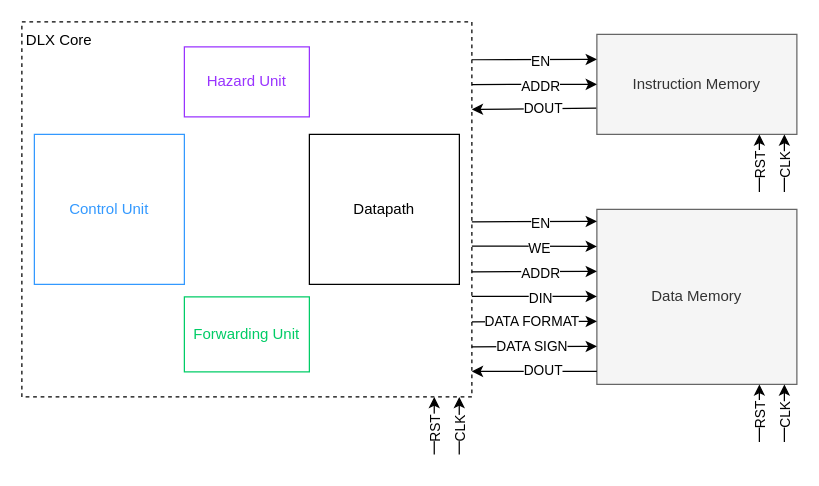
The draw.io diagram page "Block Diagram" (2 of 16) of docs/dlx_architecture.drawio in lorenzobadas/DLX, before the edit. Source tidied: cells renumbered, new cells numbered last; positions are measured from the earlier drawing's top-left corner, leaving out a move shared by most shapes. Both pictures are drawn from the tidied source at 125%, with x=0, y=0 at pixel (21, 21).
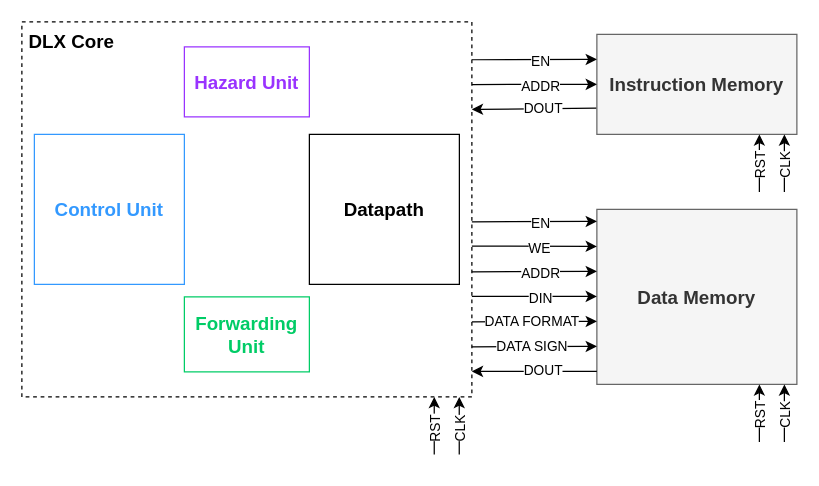
Above is the later version.

Diff of the diagram source:
```diff
@@
-    <mxCell id="2" style="rounded=0;whiteSpace=wrap;html=1;dashed=1;" parent="1" vertex="1">
+    <mxCell id="2" style="rounded=0;whiteSpace=wrap;html=1;dashed=1;fontStyle=1;fontSize=15;" parent="1" vertex="1">
       <mxGeometry width="360" height="300" as="geometry" />
     </mxCell>
-    <mxCell id="3" value="&lt;font style=&quot;color: rgb(51, 153, 255);&quot;&gt;Control Unit&lt;/font&gt;" style="rounded=0;whiteSpace=wrap;html=1;strokeColor=#3399FF;" parent="1" vertex="1">
+    <mxCell id="3" value="&lt;font style=&quot;color: rgb(51, 153, 255);&quot;&gt;Control Unit&lt;/font&gt;" style="rounded=0;whiteSpace=wrap;html=1;strokeColor=#3399FF;fontStyle=1;fontSize=15;" parent="1" vertex="1">
       <mxGeometry x="10" y="90" width="120" height="120" as="geometry" />
     </mxCell>
-    <mxCell id="4" value="Datapath" style="rounded=0;whiteSpace=wrap;html=1;" parent="1" vertex="1">
+    <mxCell id="4" value="Datapath" style="rounded=0;whiteSpace=wrap;html=1;fontStyle=1;fontSize=15;" parent="1" vertex="1">
       <mxGeometry x="230" y="90" width="120" height="120" as="geometry" />
     </mxCell>
-    <mxCell id="5" value="&lt;font style=&quot;color: light-dark(rgb(153, 51, 255), rgb(178, 102, 255));&quot;&gt;Hazard Unit&lt;/font&gt;" style="rounded=0;whiteSpace=wrap;html=1;strokeColor=#9933FF;" parent="1" vertex="1">
+    <mxCell id="5" value="&lt;font style=&quot;color: light-dark(rgb(153, 51, 255), rgb(178, 102, 255));&quot;&gt;Hazard Unit&lt;/font&gt;" style="rounded=0;whiteSpace=wrap;html=1;strokeColor=#9933FF;fontStyle=1;fontSize=15;" parent="1" vertex="1">
       <mxGeometry x="130" y="20" width="100" height="56" as="geometry" />
     </mxCell>
-    <mxCell id="6" value="&lt;font style=&quot;color: rgb(0, 204, 102);&quot;&gt;Forwarding Unit&lt;/font&gt;" style="rounded=0;whiteSpace=wrap;html=1;strokeColor=#00CC66;" parent="1" vertex="1">
+    <mxCell id="6" value="&lt;font style=&quot;color: rgb(0, 204, 102);&quot;&gt;Forwarding Unit&lt;/font&gt;" style="rounded=0;whiteSpace=wrap;html=1;strokeColor=#00CC66;fontStyle=1;fontSize=15;" parent="1" vertex="1">
       <mxGeometry x="130" y="220" width="100" height="60" as="geometry" />
     </mxCell>
-    <mxCell id="7" value="Instruction Memory" style="rounded=0;whiteSpace=wrap;html=1;fillColor=#f5f5f5;fontColor=#333333;strokeColor=#666666;" parent="1" vertex="1">
+    <mxCell id="7" value="Instruction Memory" style="rounded=0;whiteSpace=wrap;html=1;fillColor=#f5f5f5;fontColor=#333333;strokeColor=#666666;fontSize=15;fontStyle=1;" parent="1" vertex="1">
       <mxGeometry x="460" y="10" width="160" height="80" as="geometry" />
     </mxCell>
-    <mxCell id="8" value="Data Memory" style="rounded=0;whiteSpace=wrap;html=1;fillColor=#f5f5f5;fontColor=#333333;strokeColor=#666666;" parent="1" vertex="1">
+    <mxCell id="8" value="Data Memory" style="rounded=0;whiteSpace=wrap;html=1;fillColor=#f5f5f5;fontColor=#333333;strokeColor=#666666;fontSize=15;fontStyle=1;" parent="1" vertex="1">
       <mxGeometry x="460" y="150" width="160" height="140" as="geometry" />
     </mxCell>
-    <mxCell id="9" value="DLX Core" style="text;html=1;align=center;verticalAlign=middle;whiteSpace=wrap;rounded=0;" parent="1" vertex="1">
-      <mxGeometry width="60" height="30" as="geometry" />
+    <mxCell id="9" value="DLX Core" style="text;html=1;align=center;verticalAlign=middle;whiteSpace=wrap;rounded=0;fontStyle=1;fontSize=15;" parent="1" vertex="1">
+      <mxGeometry width="80" height="30" as="geometry" />
     </mxCell>
```
